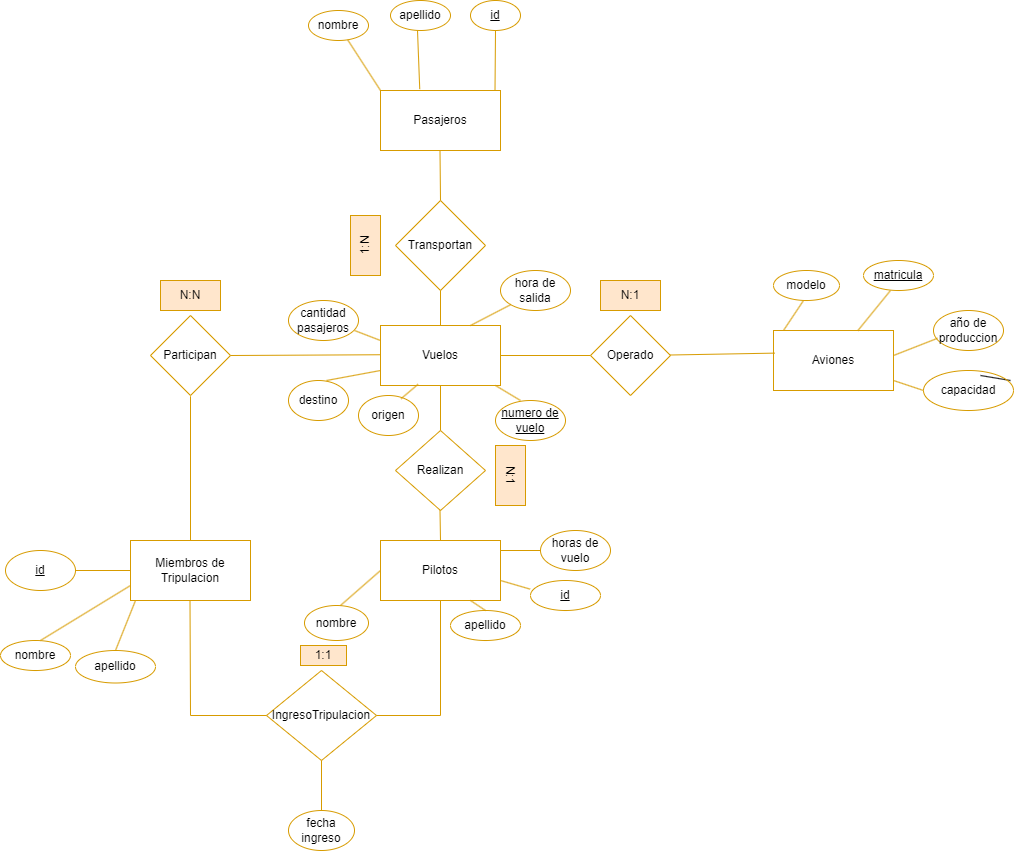
Earlier version of the draw.io export Diseño conceptual .drawio.png (NoeAvalos/Base-de-datos-Compa-ia-aerea). Source tidied: cells renumbered, new cells last; positions are measured from the earlier drawing's top-left corner, leaving out a move shared by most shapes.
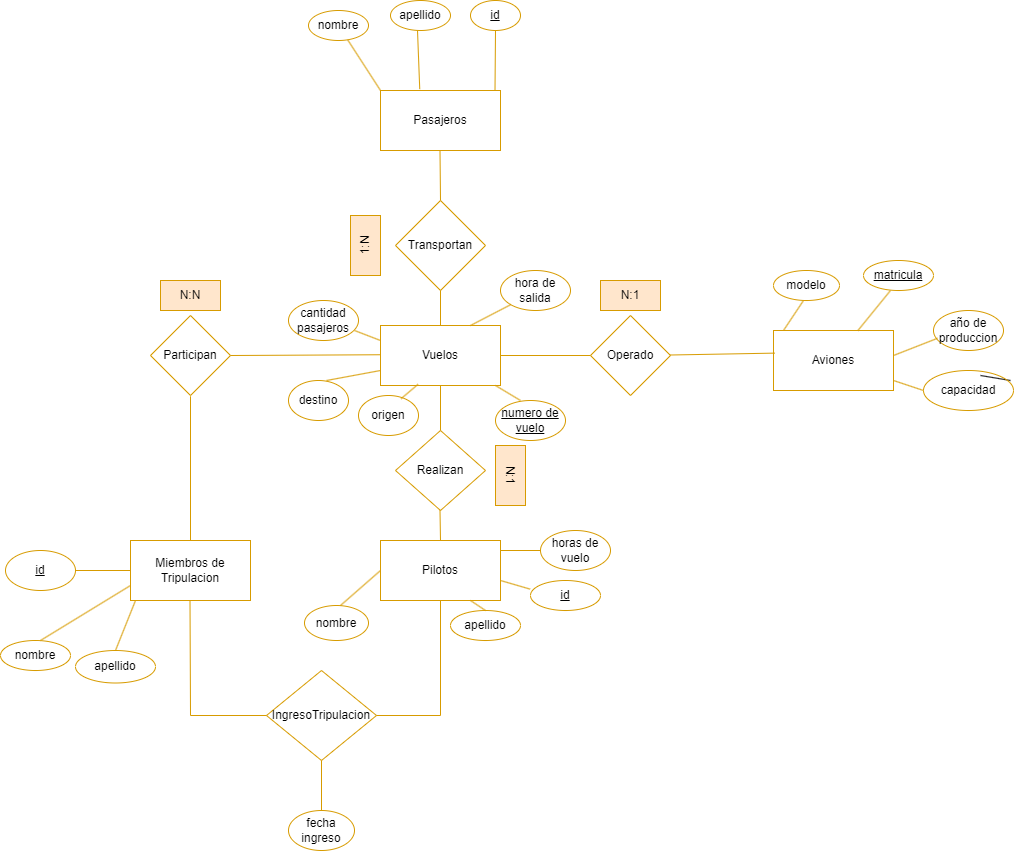
The same diagram one commit later.

Change to the diagram source:
```diff
@@ -257,8 +257,5 @@
     <mxCell id="66" value="N:N" style="text;html=1;strokeColor=#d79b00;fillColor=#ffe6cc;align=center;verticalAlign=middle;whiteSpace=wrap;rounded=0;" parent="1" vertex="1">
       <mxGeometry x="160" y="280" width="60" height="30" as="geometry" />
     </mxCell>
-    <mxCell id="67" value="1:1" style="text;html=1;strokeColor=#d79b00;fillColor=#ffe6cc;align=center;verticalAlign=middle;whiteSpace=wrap;rounded=0;" parent="1" vertex="1">
-      <mxGeometry x="300" y="645" width="46" height="20" as="geometry" />
-    </mxCell>
   </root>
 </mxGraphModel>
```
